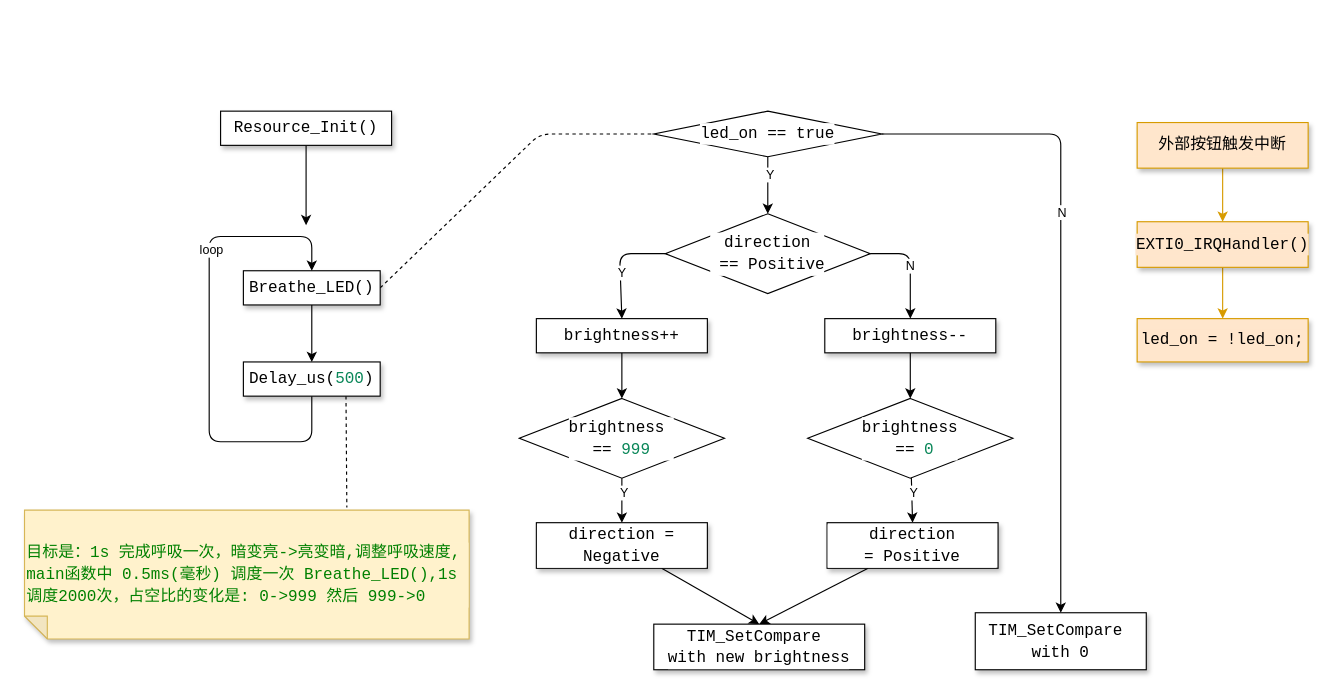
The draw.io diagram 2nd/2-breathing-light/flow.drawio in Lzih7/C-language-learning, before the edit. Source tidied: cells renumbered, new cells numbered last; positions are measured from the earlier drawing's top-left corner, leaving out a move shared by most shapes. Both pictures are drawn from the tidied source at 114%, with x=0, y=0 at pixel (24, 111).
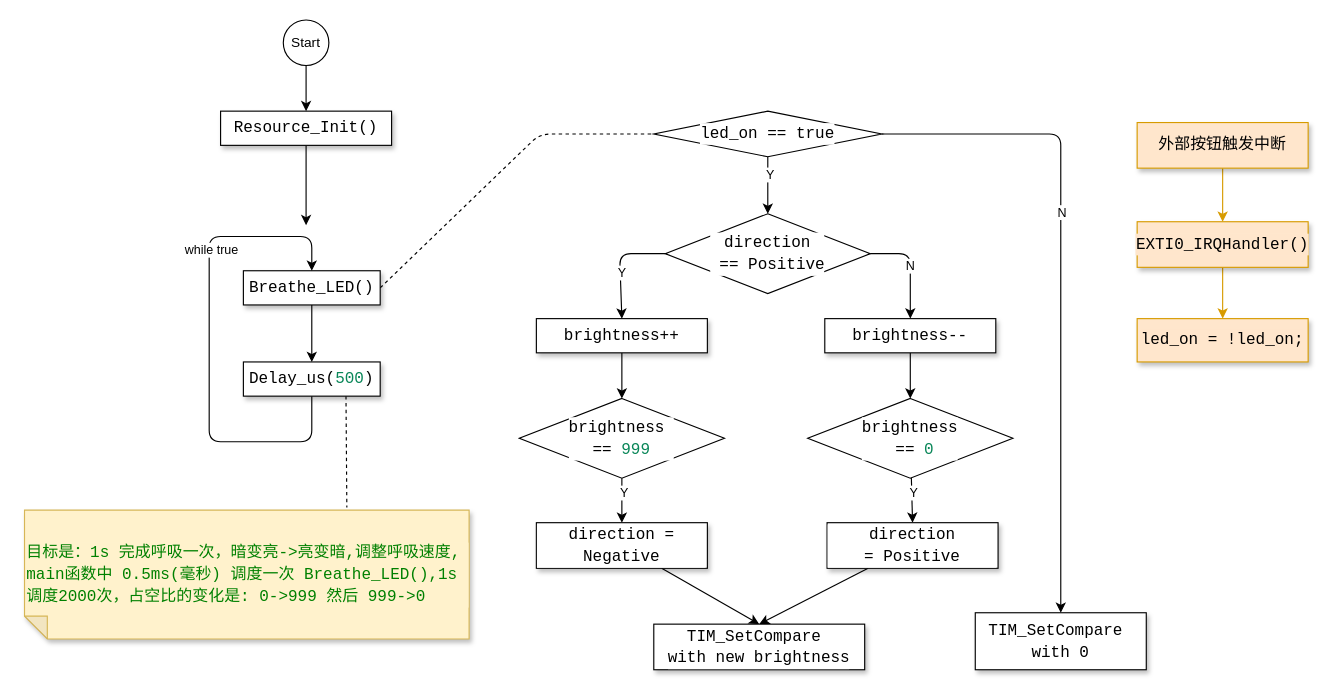
After the change.

Unchanged cells that the change refers to:
```xml
<mxCell id="3" value="&lt;div style=&quot;background-color: rgb(255, 255, 255); font-family: Consolas, &amp;quot;Courier New&amp;quot;, monospace; font-size: 14px; line-height: 19px;&quot;&gt;Resource_Init()&lt;/div&gt;" style="whiteSpace=wrap;html=1;shadow=1;" parent="1" vertex="1">
  <mxGeometry x="172" width="150" height="30" as="geometry" />
</mxCell>
<mxCell id="6" style="edgeStyle=none;html=1;exitX=0.5;exitY=1;exitDx=0;exitDy=0;entryX=0.5;entryY=0;entryDx=0;entryDy=0;" parent="1" edge="1" source="9" target="5">
  <mxGeometry relative="1" as="geometry">
    <Array as="points">
      <mxPoint x="252" y="290" />
      <mxPoint x="162" y="290" />
      <mxPoint x="162" y="110" />
      <mxPoint x="252" y="110" />
    </Array>
  </mxGeometry>
</mxCell>
```

Diff of the diagram source:
```diff
@@
-    <mxCell id="7" value="loop" style="edgeLabel;html=1;align=center;verticalAlign=middle;" parent="6" vertex="1">
+    <mxCell id="7" value="while true" style="edgeLabel;html=1;align=center;verticalAlign=middle;" parent="6" vertex="1">
       <mxGeometry x="0.17" y="-1" relative="1" as="geometry">
         <mxPoint y="-47" as="offset" />
       </mxGeometry>
     </mxCell>
@@
+    <mxCell id="42" style="edgeStyle=none;html=1;exitX=1;exitY=0.5;exitDx=0;exitDy=0;" parent="1" edge="1" source="44">
+      <mxGeometry relative="1" as="geometry">
+        <mxPoint x="250" y="-70.5" as="targetPoint" />
+      </mxGeometry>
+    </mxCell>
+    <mxCell id="43" style="edgeStyle=none;html=1;entryX=0.5;entryY=0;entryDx=0;entryDy=0;" parent="1" edge="1" source="44" target="3">
+      <mxGeometry relative="1" as="geometry" />
+    </mxCell>
+    <mxCell id="44" value="Start" style="ellipse;whiteSpace=wrap;html=1;" parent="1" vertex="1">
+      <mxGeometry x="227" y="-80" width="40" height="40" as="geometry" />
+    </mxCell>
```
